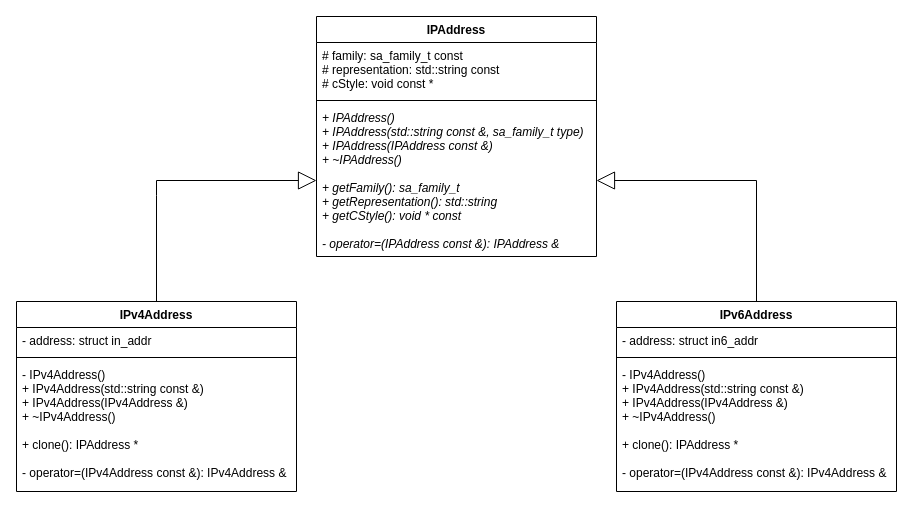
Above: docs/DiagramUML.drawio in tbellavia/ft_irc (draw.io), before the change. Source tidied: cells renumbered, new cells numbered last; positions are measured from the earlier drawing's top-left corner, leaving out a move shared by most shapes. Both pictures are drawn from the tidied source at 100%, with x=0, y=0 at pixel (16, 16).
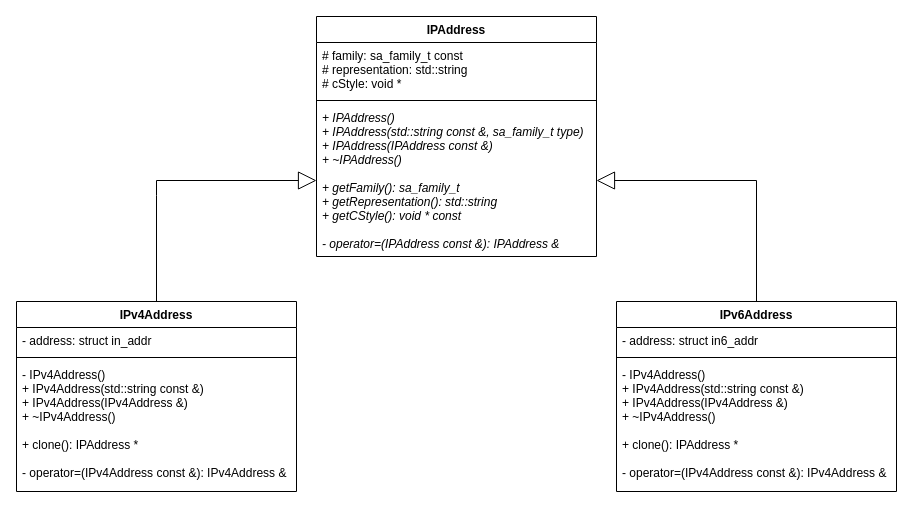
The same page after the edit.

Commit message (it also covers changes not shown here):
REFACTORE: representation and cStyle as non const

What changed in the source:
```diff
@@
 <mxGraphModel>
   <root>
     <mxCell id="0" />
     <mxCell id="1" parent="0" />
     <mxCell id="2" value="IPAddress" style="swimlane;fontStyle=1;align=center;verticalAlign=top;horizontal=1;startSize=26;" parent="1" vertex="1">
       <mxGeometry x="300" width="280" height="240" as="geometry" />
     </mxCell>
-    <mxCell id="3" value="# family: sa_family_t const&#10;# representation: std::string const&#10;# cStyle: void const *&#10;" style="text;strokeColor=none;fillColor=none;align=left;verticalAlign=top;spacingLeft=4;spacingRight=4;overflow=hidden;" parent="2" vertex="1">
+    <mxCell id="3" value="# family: sa_family_t const&#10;# representation: std::string&#10;# cStyle: void *&#10;" style="text;strokeColor=none;fillColor=none;align=left;verticalAlign=top;spacingLeft=4;spacingRight=4;overflow=hidden;" parent="2" vertex="1">
       <mxGeometry y="26" width="280" height="54" as="geometry" />
     </mxCell>
     <mxCell id="4" style="line;strokeWidth=1;fillColor=none;align=left;verticalAlign=middle;spacingTop=-1;spacingLeft=3;spacingRight=3;labelPosition=right;" parent="2" vertex="1">
       <mxGeometry y="80" width="280" height="8" as="geometry" />
     </mxCell>
     <mxCell id="5" value="+ IPAddress()&#10;+ IPAddress(std::string const &amp;, sa_family_t type)&#10;+ IPAddress(IPAddress const &amp;)&#10;+ ~IPAddress()&#10;&#10;+ getFamily(): sa_family_t&#10;+ getRepresentation(): std::string&#10;+ getCStyle(): void * const&#10;&#10;- operator=(IPAddress const &amp;): IPAddress &amp;" style="text;strokeColor=none;fillColor=none;align=left;verticalAlign=top;spacingLeft=4;spacingRight=4;overflow=hidden;points=[[0,0.5],[1,0.5]];portConstraint=eastwest;fontStyle=2;" parent="2" vertex="1">
       <mxGeometry y="88" width="280" height="152" as="geometry" />
     </mxCell>
     <mxCell id="6" value="IPv4Address" style="swimlane;fontStyle=1;align=center;verticalAlign=top;horizontal=1;startSize=26;" parent="1" vertex="1">
       <mxGeometry y="285" width="280" height="190" as="geometry" />
     </mxCell>
     <mxCell id="7" value="- address: struct in_addr" style="text;strokeColor=none;fillColor=none;align=left;verticalAlign=top;spacingLeft=4;spacingRight=4;overflow=hidden;" parent="6" vertex="1">
       <mxGeometry y="26" width="280" height="26" as="geometry" />
     </mxCell>
     <mxCell id="8" style="line;strokeWidth=1;fillColor=none;align=left;verticalAlign=middle;spacingTop=-1;spacingLeft=3;spacingRight=3;labelPosition=right;" parent="6" vertex="1">
       <mxGeometry y="52" width="280" height="8" as="geometry" />
     </mxCell>
     <mxCell id="9" value="- IPv4Address()&#10;+ IPv4Address(std::string const &amp;)&#10;+ IPv4Address(IPv4Address &amp;)&#10;+ ~IPv4Address()&#10;&#10;+ clone(): IPAddress *&#10;&#10;- operator=(IPv4Address const &amp;): IPv4Address &amp;&#10;" style="text;strokeColor=none;fillColor=none;align=left;verticalAlign=top;spacingLeft=4;spacingRight=4;overflow=hidden;" parent="6" vertex="1">
       <mxGeometry y="60" width="280" height="130" as="geometry" />
     </mxCell>
     <mxCell id="10" value="IPv6Address" style="swimlane;fontStyle=1;align=center;verticalAlign=top;horizontal=1;startSize=26;" parent="1" vertex="1">
       <mxGeometry x="600" y="285" width="280" height="190" as="geometry" />
     </mxCell>
     <mxCell id="11" value="- address: struct in6_addr" style="text;strokeColor=none;fillColor=none;align=left;verticalAlign=top;spacingLeft=4;spacingRight=4;overflow=hidden;" parent="10" vertex="1">
       <mxGeometry y="26" width="280" height="26" as="geometry" />
     </mxCell>
     <mxCell id="12" style="line;strokeWidth=1;fillColor=none;align=left;verticalAlign=middle;spacingTop=-1;spacingLeft=3;spacingRight=3;labelPosition=right;" parent="10" vertex="1">
       <mxGeometry y="52" width="280" height="8" as="geometry" />
     </mxCell>
     <mxCell id="13" value="- IPv4Address()&#10;+ IPv4Address(std::string const &amp;)&#10;+ IPv4Address(IPv4Address &amp;)&#10;+ ~IPv4Address()&#10;&#10;+ clone(): IPAddress *&#10;&#10;- operator=(IPv4Address const &amp;): IPv4Address &amp;&#10;" style="text;strokeColor=none;fillColor=none;align=left;verticalAlign=top;spacingLeft=4;spacingRight=4;overflow=hidden;" parent="10" vertex="1">
       <mxGeometry y="60" width="280" height="130" as="geometry" />
     </mxCell>
     <mxCell id="14" style="endArrow=block;endSize=16;endFill=0;html=1;rounded=0;exitX=0.5;exitY=0;exitDx=0;exitDy=0;entryX=0;entryY=0.5;entryDx=0;entryDy=0;" parent="1" edge="1" source="6" target="5">
       <mxGeometry relative="1" as="geometry">
         <Array as="points">
           <mxPoint x="140" y="179" />
           <mxPoint x="140" y="164" />
         </Array>
       </mxGeometry>
     </mxCell>
     <mxCell id="15" style="endArrow=block;endSize=16;endFill=0;html=1;rounded=0;entryX=1;entryY=0.5;entryDx=0;entryDy=0;exitX=0.5;exitY=0;exitDx=0;exitDy=0;" parent="1" edge="1" source="10" target="5">
       <mxGeometry relative="1" as="geometry">
         <Array as="points">
           <mxPoint x="740" y="164" />
         </Array>
       </mxGeometry>
     </mxCell>
   </root>
 </mxGraphModel>
```
